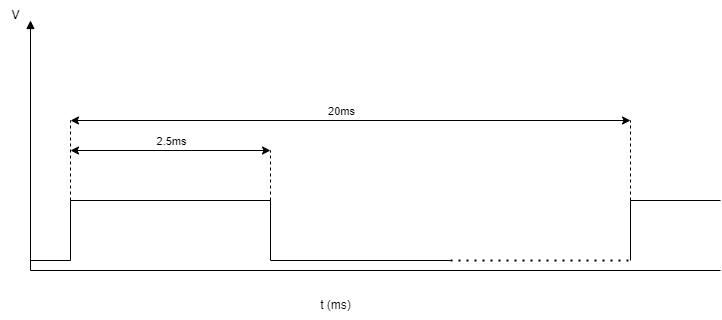
The draw.io diagram slap/docs/report/technicalSolution/servo.drawio.png in SailoBam/slap, before a commit. Source tidied: cells renumbered, new cells last; positions are measured from the earlier drawing's top-left corner, leaving out a move shared by most shapes.
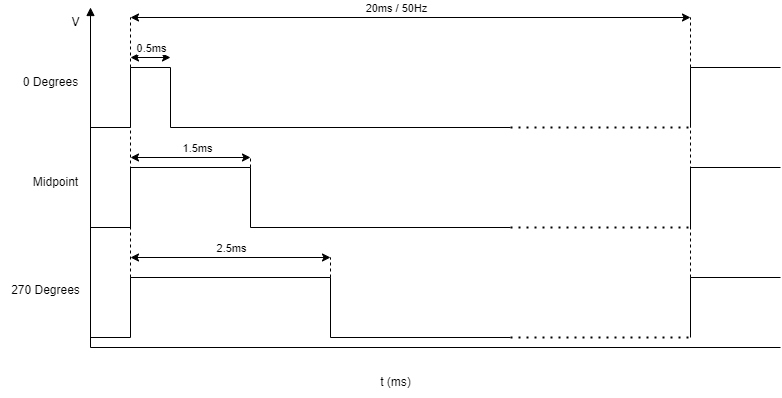
Later version of the same file.

Diff of the diagram source:
```diff
@@ -5,7 +5,7 @@
     <mxCell id="2" style="endArrow=block;html=1;startArrow=none;startFill=0;endFill=1;" parent="1" edge="1">
       <mxGeometry relative="1" as="geometry">
         <mxPoint x="30" y="270" as="sourcePoint" />
-        <mxPoint x="30" y="20" as="targetPoint" />
+        <mxPoint x="30" y="-70" as="targetPoint" />
       </mxGeometry>
     </mxCell>
     <mxCell id="3" style="endArrow=none;html=1;" parent="1" edge="1">
@@ -15,7 +15,7 @@
       </mxGeometry>
     </mxCell>
     <mxCell id="4" value="V" style="text;html=1;align=center;verticalAlign=middle;strokeColor=none;fillColor=none;" parent="1" vertex="1">
-      <mxGeometry width="30" height="30" as="geometry" />
+      <mxGeometry y="-70" width="30" height="30" as="geometry" />
     </mxCell>
     <mxCell id="5" value="t (ms)" style="text;html=1;align=center;verticalAlign=middle;strokeColor=none;fillColor=none;" parent="1" vertex="1">
       <mxGeometry x="310" y="290" width="50" height="30" as="geometry" />
@@ -70,8 +70,8 @@
     </mxCell>
     <mxCell id="14" style="endArrow=classic;startArrow=classic;html=1;" parent="1" edge="1">
       <mxGeometry relative="1" as="geometry">
-        <mxPoint x="70" y="150" as="sourcePoint" />
-        <mxPoint x="270" y="150" as="targetPoint" />
+        <mxPoint x="70" y="180" as="sourcePoint" />
+        <mxPoint x="270" y="180" as="targetPoint" />
       </mxGeometry>
     </mxCell>
     <mxCell id="15" value="2.5ms" style="edgeLabel;html=1;align=center;verticalAlign=middle;" parent="14" vertex="1">
@@ -82,31 +82,164 @@
     <mxCell id="16" style="endArrow=none;dashed=1;html=1;" parent="1" edge="1">
       <mxGeometry relative="1" as="geometry">
         <mxPoint x="270" y="230" as="sourcePoint" />
-        <mxPoint x="270" y="150" as="targetPoint" />
+        <mxPoint x="270" y="180" as="targetPoint" />
       </mxGeometry>
     </mxCell>
     <mxCell id="17" style="endArrow=none;dashed=1;html=1;" parent="1" edge="1">
       <mxGeometry relative="1" as="geometry">
         <mxPoint x="70" y="230" as="sourcePoint" />
-        <mxPoint x="70" y="120" as="targetPoint" />
+        <mxPoint x="70" y="-60" as="targetPoint" />
       </mxGeometry>
     </mxCell>
     <mxCell id="18" style="endArrow=classic;startArrow=classic;html=1;" parent="1" edge="1">
       <mxGeometry relative="1" as="geometry">
-        <mxPoint x="630" y="120" as="sourcePoint" />
-        <mxPoint x="70" y="120" as="targetPoint" />
+        <mxPoint x="630" y="-60" as="sourcePoint" />
+        <mxPoint x="70" y="-60" as="targetPoint" />
       </mxGeometry>
     </mxCell>
-    <mxCell id="19" value="20&lt;span style=&quot;background-color: light-dark(#ffffff, var(--ge-dark-color, #121212));&quot;&gt;ms&lt;/span&gt;" style="edgeLabel;html=1;align=center;verticalAlign=middle;" parent="18" vertex="1">
+    <mxCell id="19" value="20ms / 50Hz" style="edgeLabel;html=1;align=center;verticalAlign=middle;" parent="18" vertex="1">
       <mxGeometry x="-0.14" y="3" relative="1" as="geometry">
-        <mxPoint x="-49" y="-13" as="offset" />
+        <mxPoint x="-54" y="-13" as="offset" />
       </mxGeometry>
     </mxCell>
     <mxCell id="20" style="endArrow=none;dashed=1;html=1;" parent="1" edge="1">
       <mxGeometry relative="1" as="geometry">
         <mxPoint x="630" y="200" as="sourcePoint" />
-        <mxPoint x="630" y="120" as="targetPoint" />
+        <mxPoint x="630" y="-60" as="targetPoint" />
       </mxGeometry>
     </mxCell>
+    <mxCell id="21" style="endArrow=none;html=1;" parent="1" edge="1">
+      <mxGeometry relative="1" as="geometry">
+        <mxPoint x="30" y="150" as="sourcePoint" />
+        <mxPoint x="70" y="150" as="targetPoint" />
+      </mxGeometry>
+    </mxCell>
+    <mxCell id="22" style="endArrow=none;html=1;" parent="1" edge="1">
+      <mxGeometry relative="1" as="geometry">
+        <mxPoint x="70" y="90" as="sourcePoint" />
+        <mxPoint x="190" y="90" as="targetPoint" />
+      </mxGeometry>
+    </mxCell>
+    <mxCell id="23" style="endArrow=none;html=1;" parent="1" edge="1">
+      <mxGeometry relative="1" as="geometry">
+        <mxPoint x="190" y="90" as="sourcePoint" />
+        <mxPoint x="190" y="150" as="targetPoint" />
+      </mxGeometry>
+    </mxCell>
+    <mxCell id="24" style="endArrow=none;html=1;" parent="1" edge="1">
+      <mxGeometry relative="1" as="geometry">
+        <mxPoint x="190" y="150" as="sourcePoint" />
+        <mxPoint x="450" y="150" as="targetPoint" />
+      </mxGeometry>
+    </mxCell>
+    <mxCell id="25" style="endArrow=none;html=1;" parent="1" edge="1">
+      <mxGeometry relative="1" as="geometry">
+        <mxPoint x="70" y="90" as="sourcePoint" />
+        <mxPoint x="70" y="150" as="targetPoint" />
+      </mxGeometry>
+    </mxCell>
+    <mxCell id="26" style="endArrow=none;dashed=1;html=1;dashPattern=1 3;strokeWidth=2;" parent="1" edge="1">
+      <mxGeometry relative="1" as="geometry">
+        <mxPoint x="450" y="150" as="sourcePoint" />
+        <mxPoint x="630" y="150" as="targetPoint" />
+      </mxGeometry>
+    </mxCell>
+    <mxCell id="27" style="endArrow=none;html=1;" parent="1" edge="1">
+      <mxGeometry relative="1" as="geometry">
+        <mxPoint x="630" y="90" as="sourcePoint" />
+        <mxPoint x="630" y="150" as="targetPoint" />
+      </mxGeometry>
+    </mxCell>
+    <mxCell id="28" style="endArrow=none;html=1;" parent="1" edge="1">
+      <mxGeometry relative="1" as="geometry">
+        <mxPoint x="630" y="90" as="sourcePoint" />
+        <mxPoint x="720" y="90" as="targetPoint" />
+      </mxGeometry>
+    </mxCell>
+    <mxCell id="29" style="endArrow=none;html=1;" parent="1" edge="1">
+      <mxGeometry relative="1" as="geometry">
+        <mxPoint x="30" y="50" as="sourcePoint" />
+        <mxPoint x="70" y="50" as="targetPoint" />
+      </mxGeometry>
+    </mxCell>
+    <mxCell id="30" style="endArrow=none;html=1;" parent="1" edge="1">
+      <mxGeometry relative="1" as="geometry">
+        <mxPoint x="70" y="-10" as="sourcePoint" />
+        <mxPoint x="110" y="-10" as="targetPoint" />
+      </mxGeometry>
+    </mxCell>
+    <mxCell id="31" style="endArrow=none;html=1;" parent="1" edge="1">
+      <mxGeometry relative="1" as="geometry">
+        <mxPoint x="110" y="-10" as="sourcePoint" />
+        <mxPoint x="110" y="50" as="targetPoint" />
+      </mxGeometry>
+    </mxCell>
+    <mxCell id="32" style="endArrow=none;html=1;" parent="1" edge="1">
+      <mxGeometry relative="1" as="geometry">
+        <mxPoint x="110" y="50" as="sourcePoint" />
+        <mxPoint x="450" y="50" as="targetPoint" />
+      </mxGeometry>
+    </mxCell>
+    <mxCell id="33" style="endArrow=none;html=1;" parent="1" edge="1">
+      <mxGeometry relative="1" as="geometry">
+        <mxPoint x="70" y="-10" as="sourcePoint" />
+        <mxPoint x="70" y="50" as="targetPoint" />
+      </mxGeometry>
+    </mxCell>
+    <mxCell id="34" style="endArrow=none;dashed=1;html=1;dashPattern=1 3;strokeWidth=2;" parent="1" edge="1">
+      <mxGeometry relative="1" as="geometry">
+        <mxPoint x="450" y="50" as="sourcePoint" />
+        <mxPoint x="630" y="50" as="targetPoint" />
+      </mxGeometry>
+    </mxCell>
+    <mxCell id="35" style="endArrow=none;html=1;" parent="1" edge="1">
+      <mxGeometry relative="1" as="geometry">
+        <mxPoint x="630" y="-10" as="sourcePoint" />
+        <mxPoint x="630" y="50" as="targetPoint" />
+      </mxGeometry>
+    </mxCell>
+    <mxCell id="36" style="endArrow=none;html=1;" parent="1" edge="1">
+      <mxGeometry relative="1" as="geometry">
+        <mxPoint x="630" y="-10" as="sourcePoint" />
+        <mxPoint x="720" y="-10" as="targetPoint" />
+      </mxGeometry>
+    </mxCell>
+    <mxCell id="37" style="endArrow=none;dashed=1;html=1;" parent="1" edge="1">
+      <mxGeometry relative="1" as="geometry">
+        <mxPoint x="190" y="90" as="sourcePoint" />
+        <mxPoint x="190" y="80" as="targetPoint" />
+      </mxGeometry>
+    </mxCell>
+    <mxCell id="38" style="endArrow=classic;startArrow=classic;html=1;" parent="1" edge="1">
+      <mxGeometry relative="1" as="geometry">
+        <mxPoint x="70" y="80" as="sourcePoint" />
+        <mxPoint x="190" y="80" as="targetPoint" />
+      </mxGeometry>
+    </mxCell>
+    <mxCell id="39" value="1.5ms" style="edgeLabel;html=1;align=center;verticalAlign=middle;" parent="38" vertex="1">
+      <mxGeometry x="-0.14" y="3" relative="1" as="geometry">
+        <mxPoint x="14" y="-7" as="offset" />
+      </mxGeometry>
+    </mxCell>
+    <mxCell id="40" style="endArrow=classic;startArrow=classic;html=1;" parent="1" edge="1">
+      <mxGeometry relative="1" as="geometry">
+        <mxPoint x="70" y="-20" as="sourcePoint" />
+        <mxPoint x="110" y="-20" as="targetPoint" />
+      </mxGeometry>
+    </mxCell>
+    <mxCell id="41" value="0.5ms" style="edgeLabel;html=1;align=center;verticalAlign=middle;" parent="40" vertex="1">
+      <mxGeometry x="-0.14" y="3" relative="1" as="geometry">
+        <mxPoint x="3" y="-7" as="offset" />
+      </mxGeometry>
+    </mxCell>
+    <mxCell id="42" value="270 Degrees" style="text;html=1;align=center;verticalAlign=middle;strokeColor=none;fillColor=none;" parent="1" vertex="1">
+      <mxGeometry x="-60" y="198" width="90" height="30" as="geometry" />
+    </mxCell>
+    <mxCell id="43" value="Midpoint" style="text;html=1;align=center;verticalAlign=middle;strokeColor=none;fillColor=none;" parent="1" vertex="1">
+      <mxGeometry x="-40" y="90" width="70" height="30" as="geometry" />
+    </mxCell>
+    <mxCell id="44" value="0 Degrees" style="text;html=1;align=center;verticalAlign=middle;strokeColor=none;fillColor=none;" parent="1" vertex="1">
+      <mxGeometry x="-50" y="-10" width="80" height="30" as="geometry" />
+    </mxCell>
   </root>
 </mxGraphModel>
```
